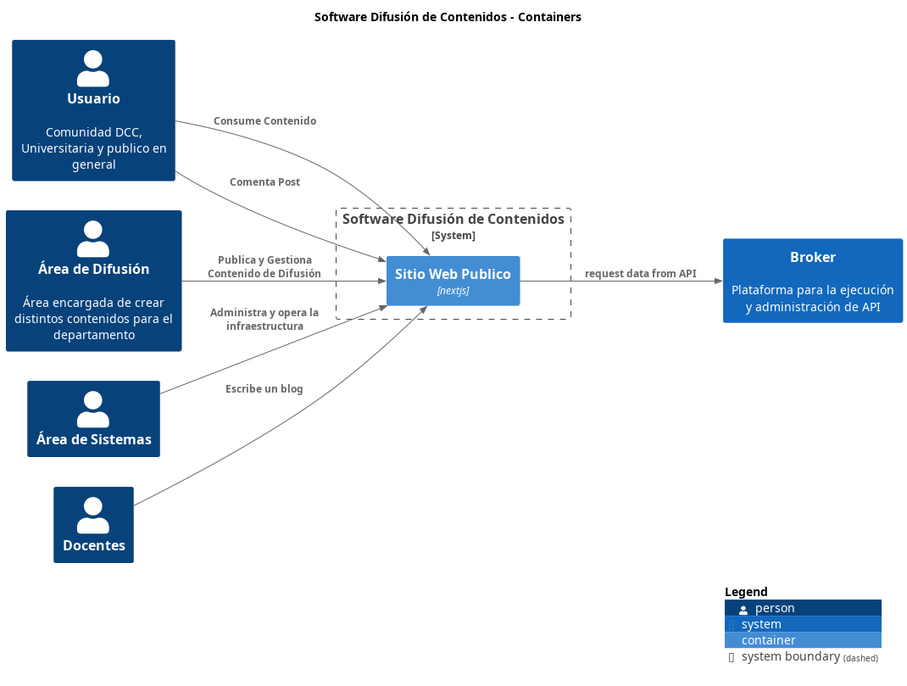
Earlier version of the PlantUML export build/site/master/png/Container-001.png (nbrx/c4-dcc-arq).
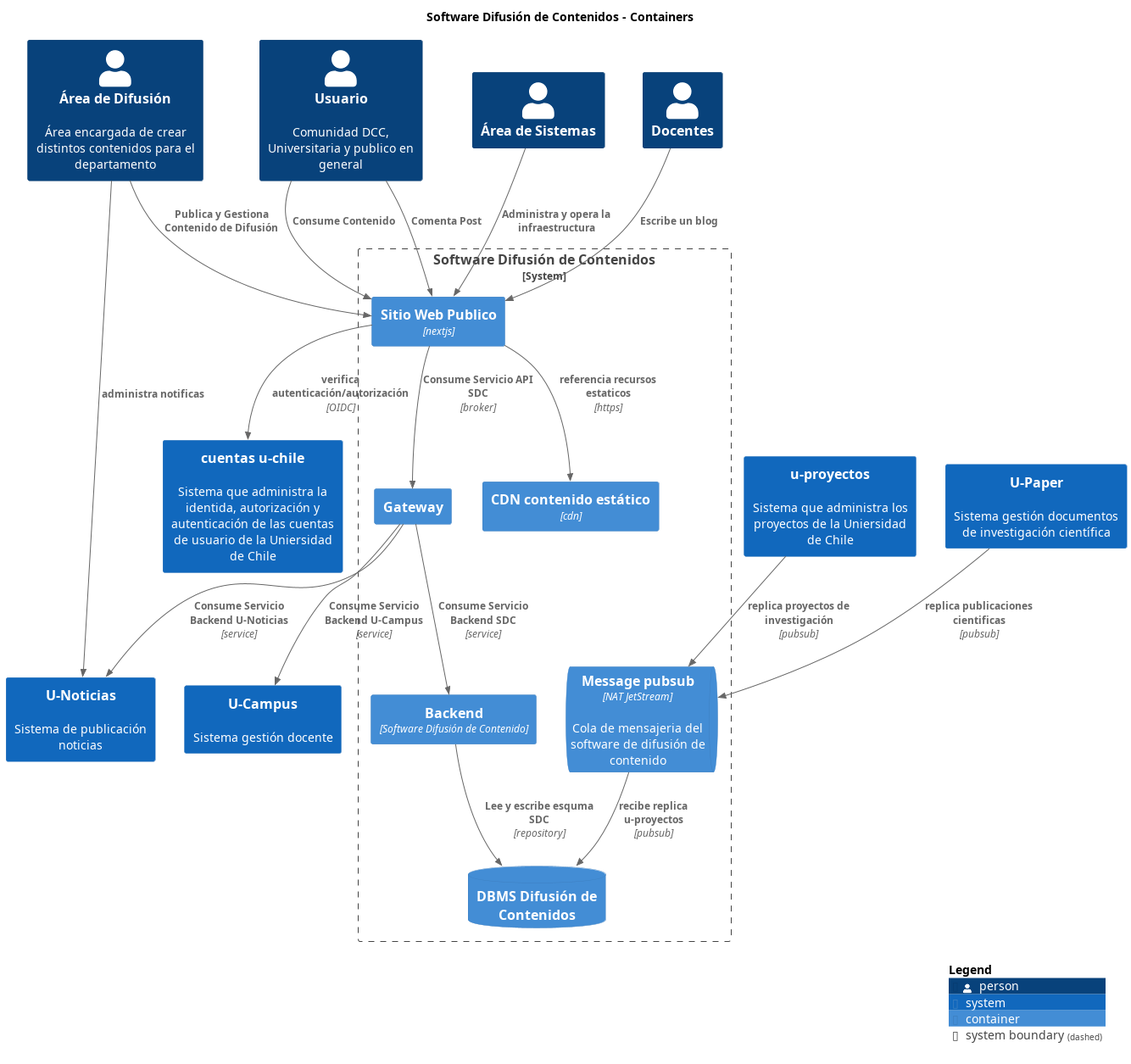
The same file after the commit.

Change to the diagram source:
```diff
@@ -2,28 +2,47 @@
 set separator none
 title Software Difusión de Contenidos - Containers
 
-left to right direction
+top to bottom direction
 
 !include <C4/C4>
 !include <C4/C4_Context>
 !include <C4/C4_Container>
 
+System(UNoticias, "U-Noticias", "Sistema de publicación noticias", $tags="")
+System(UCampus, "U-Campus", "Sistema gestión docente", $tags="")
 Person(Usuario, "Usuario", "Comunidad DCC, Universitaria y publico en general", $tags="")
 Person(ÁreadeDifusión, "Área de Difusión", "Área encargada de crear distintos contenidos para el departamento", $tags="")
 Person(ÁreadeSistemas, "Área de Sistemas", "", $tags="")
 Person(Docentes, "Docentes", "", $tags="")
-System(Broker, "Broker", "Plataforma para la ejecución y administración de API", $tags="")
+System(cuentasuchile, "cuentas u-chile", "Sistema que administra la identida, autorización y autenticación de las cuentas de usuario de la Uniersidad de Chile", $tags="")
+System(uproyectos, "u-proyectos", "Sistema que administra los proyectos de la Uniersidad de Chile", $tags="")
+System(UPaper, "U-Paper", "Sistema gestión documentos de investigación científica", $tags="")
 
 System_Boundary("SoftwareDifusióndeContenidos_boundary", "Software Difusión de Contenidos", $tags="") {
+  Container(SoftwareDifusióndeContenidos.Gateway, "Gateway", "", $tags="")
+  ContainerDb(SoftwareDifusióndeContenidos.DBMSDifusióndeContenidos, "DBMS Difusión de Contenidos", "", $tags="")
+  ContainerQueue(SoftwareDifusióndeContenidos.Messagepubsub, "Message pubsub", "NAT JetStream", "Cola de mensajeria del software de difusión de contenido", $tags="")
+  Container(SoftwareDifusióndeContenidos.CDNcontenidoestático, "CDN contenido estático", "cdn", $tags="")
   Container(SoftwareDifusióndeContenidos.SitioWebPublico, "Sitio Web Publico", "nextjs", "", $tags="")
+  Container(SoftwareDifusióndeContenidos.Backend, "Backend", "Software Difusión de Contenido", $tags="")
 }
 
+Rel_D(ÁreadeDifusión, UNoticias, "administra notificas", $tags="")
 Rel_D(Usuario, SoftwareDifusióndeContenidos.SitioWebPublico, "Consume Contenido", $tags="")
 Rel_D(Usuario, SoftwareDifusióndeContenidos.SitioWebPublico, "Comenta Post", $tags="")
 Rel_D(Docentes, SoftwareDifusióndeContenidos.SitioWebPublico, "Escribe un blog", $tags="")
 Rel_D(ÁreadeDifusión, SoftwareDifusióndeContenidos.SitioWebPublico, "Publica y Gestiona Contenido de Difusión", $tags="")
 Rel_D(ÁreadeSistemas, SoftwareDifusióndeContenidos.SitioWebPublico, "Administra y opera la infraestructura", $tags="")
-Rel_D(SoftwareDifusióndeContenidos.SitioWebPublico, Broker, "request data from API", $tags="")
+Rel_D(SoftwareDifusióndeContenidos.SitioWebPublico, SoftwareDifusióndeContenidos.Gateway, "Consume Servicio API SDC", "broker", $tags="")
+Rel_D(SoftwareDifusióndeContenidos.Gateway, SoftwareDifusióndeContenidos.Backend, "Consume Servicio Backend SDC", "service", $tags="")
+Rel_D(SoftwareDifusióndeContenidos.Backend, SoftwareDifusióndeContenidos.DBMSDifusióndeContenidos, "Lee y escribe esquma SDC", "repository", $tags="")
+Rel_D(SoftwareDifusióndeContenidos.SitioWebPublico, SoftwareDifusióndeContenidos.CDNcontenidoestático, "referencia recursos estaticos", "https", $tags="")
+Rel_D(SoftwareDifusióndeContenidos.Gateway, UNoticias, "Consume Servicio Backend U-Noticias", "service", $tags="")
+Rel_D(SoftwareDifusióndeContenidos.Gateway, UCampus, "Consume Servicio Backend U-Campus", "service", $tags="")
+Rel_D(SoftwareDifusióndeContenidos.SitioWebPublico, cuentasuchile, "verifica autenticación/autorización", "OIDC", $tags="")
+Rel_D(uproyectos, SoftwareDifusióndeContenidos.Messagepubsub, "replica proyectos de investigación", "pubsub", $tags="")
+Rel_D(SoftwareDifusióndeContenidos.Messagepubsub, SoftwareDifusióndeContenidos.DBMSDifusióndeContenidos, "recibe replica u-proyectos", "pubsub", $tags="")
+Rel_D(UPaper, SoftwareDifusióndeContenidos.Messagepubsub, "replica publicaciones cientificas", "pubsub", $tags="")
 
 SHOW_LEGEND(true)
 @enduml
```
